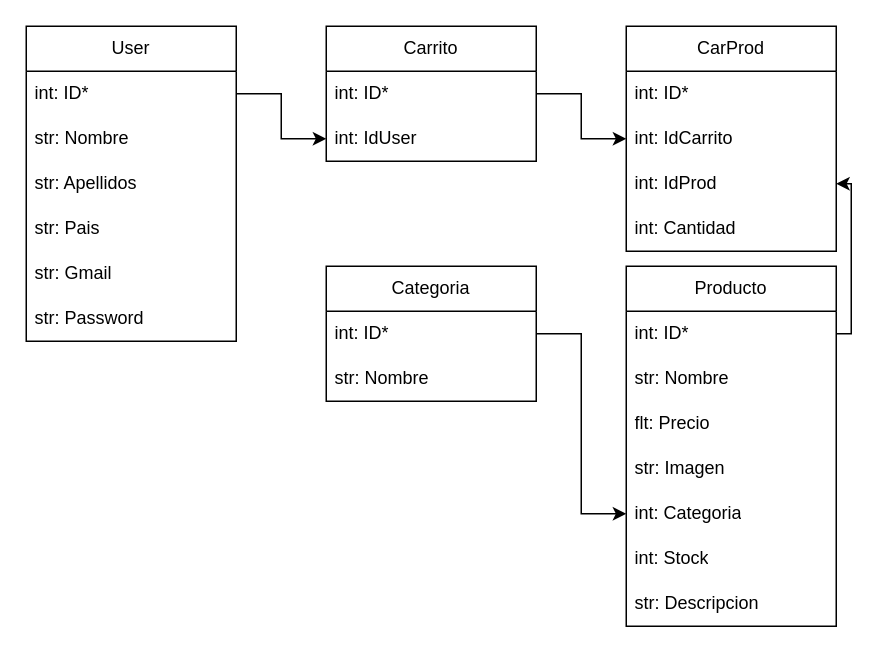
This is DiagramaClases.drawio from AmadorFiol/proyectoNoDuales, a draw.io file, before an edit. Source tidied: cells renumbered, new cells numbered last; positions are measured from the earlier drawing's top-left corner, leaving out a move shared by most shapes. Both pictures are drawn from the tidied source at 150%, with x=0, y=0 at pixel (26, 26).
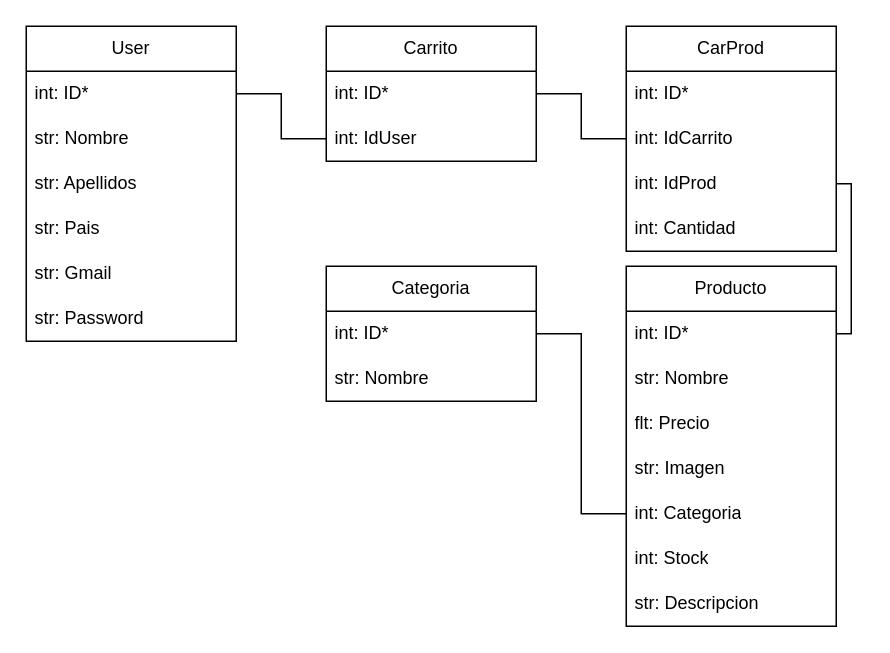
The same diagram, later.

Commit message (it also covers changes not shown here):
Agrego ambos diagramas

The change refers to these unchanged cells:
```xml
<mxCell id="3" value="int: ID*" style="text;strokeColor=none;fillColor=none;align=left;verticalAlign=middle;spacingLeft=4;spacingRight=4;overflow=hidden;points=[[0,0.5],[1,0.5]];portConstraint=eastwest;whiteSpace=wrap;html=1;" parent="2" vertex="1">
  <mxGeometry y="30" width="140" height="30" as="geometry" />
</mxCell>
<mxCell id="10" value="int:&amp;nbsp;ID*" style="text;strokeColor=none;fillColor=none;align=left;verticalAlign=middle;spacingLeft=4;spacingRight=4;overflow=hidden;points=[[0,0.5],[1,0.5]];portConstraint=eastwest;whiteSpace=wrap;html=1;" parent="9" vertex="1">
  <mxGeometry y="30" width="140" height="30" as="geometry" />
</mxCell>
<mxCell id="11" value="int:&amp;nbsp;IdUser" style="text;strokeColor=none;fillColor=none;align=left;verticalAlign=middle;spacingLeft=4;spacingRight=4;overflow=hidden;points=[[0,0.5],[1,0.5]];portConstraint=eastwest;whiteSpace=wrap;html=1;" parent="9" vertex="1">
  <mxGeometry y="60" width="140" height="30" as="geometry" />
</mxCell>
<mxCell id="13" value="int:&amp;nbsp;ID*" style="text;strokeColor=none;fillColor=none;align=left;verticalAlign=middle;spacingLeft=4;spacingRight=4;overflow=hidden;points=[[0,0.5],[1,0.5]];portConstraint=eastwest;whiteSpace=wrap;html=1;" parent="12" vertex="1">
  <mxGeometry y="30" width="140" height="30" as="geometry" />
</mxCell>
<mxCell id="16" value="int:&amp;nbsp;ID*" style="text;strokeColor=none;fillColor=none;align=left;verticalAlign=middle;spacingLeft=4;spacingRight=4;overflow=hidden;points=[[0,0.5],[1,0.5]];portConstraint=eastwest;whiteSpace=wrap;html=1;" parent="15" vertex="1">
  <mxGeometry y="30" width="140" height="30" as="geometry" />
</mxCell>
<mxCell id="20" value="int: Categoria" style="text;strokeColor=none;fillColor=none;align=left;verticalAlign=middle;spacingLeft=4;spacingRight=4;overflow=hidden;points=[[0,0.5],[1,0.5]];portConstraint=eastwest;whiteSpace=wrap;html=1;" parent="15" vertex="1">
  <mxGeometry y="150" width="140" height="30" as="geometry" />
</mxCell>
<mxCell id="25" value="int:&amp;nbsp;IdCarrito" style="text;strokeColor=none;fillColor=none;align=left;verticalAlign=middle;spacingLeft=4;spacingRight=4;overflow=hidden;points=[[0,0.5],[1,0.5]];portConstraint=eastwest;whiteSpace=wrap;html=1;" parent="23" vertex="1">
  <mxGeometry y="60" width="140" height="30" as="geometry" />
</mxCell>
<mxCell id="26" value="int:&amp;nbsp;IdProd" style="text;strokeColor=none;fillColor=none;align=left;verticalAlign=middle;spacingLeft=4;spacingRight=4;overflow=hidden;points=[[0,0.5],[1,0.5]];portConstraint=eastwest;whiteSpace=wrap;html=1;" parent="23" vertex="1">
  <mxGeometry y="90" width="140" height="30" as="geometry" />
</mxCell>
```

Change to the diagram source:
```diff
@@
-    <mxCell id="28" style="endArrow=classic;html=1;rounded=0;exitX=1;exitY=0.5;exitDx=0;exitDy=0;entryX=0;entryY=0.5;entryDx=0;entryDy=0;edgeStyle=orthogonalEdgeStyle;" parent="1" edge="1" source="3" target="11">
+    <mxCell id="28" style="endArrow=none;html=1;rounded=0;exitX=1;exitY=0.5;exitDx=0;exitDy=0;entryX=0;entryY=0.5;entryDx=0;entryDy=0;edgeStyle=orthogonalEdgeStyle;startFill=0;" parent="1" edge="1" source="3" target="11">
       <mxGeometry relative="1" as="geometry" />
     </mxCell>
-    <mxCell id="29" style="endArrow=classic;html=1;rounded=0;exitX=1;exitY=0.5;exitDx=0;exitDy=0;entryX=0;entryY=0.5;entryDx=0;entryDy=0;edgeStyle=orthogonalEdgeStyle;" parent="1" edge="1" source="10" target="25">
+    <mxCell id="29" style="endArrow=none;html=1;rounded=0;exitX=1;exitY=0.5;exitDx=0;exitDy=0;entryX=0;entryY=0.5;entryDx=0;entryDy=0;edgeStyle=orthogonalEdgeStyle;startFill=0;" parent="1" edge="1" source="10" target="25">
       <mxGeometry relative="1" as="geometry" />
     </mxCell>
-    <mxCell id="30" style="endArrow=classic;html=1;rounded=0;exitX=1;exitY=0.5;exitDx=0;exitDy=0;entryX=1;entryY=0.5;entryDx=0;entryDy=0;edgeStyle=orthogonalEdgeStyle;" parent="1" edge="1" source="16" target="26">
+    <mxCell id="30" style="endArrow=none;html=1;rounded=0;exitX=1;exitY=0.5;exitDx=0;exitDy=0;entryX=1;entryY=0.5;entryDx=0;entryDy=0;edgeStyle=orthogonalEdgeStyle;startFill=0;" parent="1" edge="1" source="16" target="26">
       <mxGeometry relative="1" as="geometry" />
     </mxCell>
-    <mxCell id="31" style="endArrow=classic;html=1;rounded=0;exitX=1;exitY=0.5;exitDx=0;exitDy=0;entryX=0;entryY=0.5;entryDx=0;entryDy=0;edgeStyle=orthogonalEdgeStyle;" parent="1" edge="1" source="13" target="20">
+    <mxCell id="31" style="endArrow=none;html=1;rounded=0;exitX=1;exitY=0.5;exitDx=0;exitDy=0;entryX=0;entryY=0.5;entryDx=0;entryDy=0;edgeStyle=orthogonalEdgeStyle;startFill=0;" parent="1" edge="1" source="13" target="20">
       <mxGeometry relative="1" as="geometry" />
     </mxCell>
```
